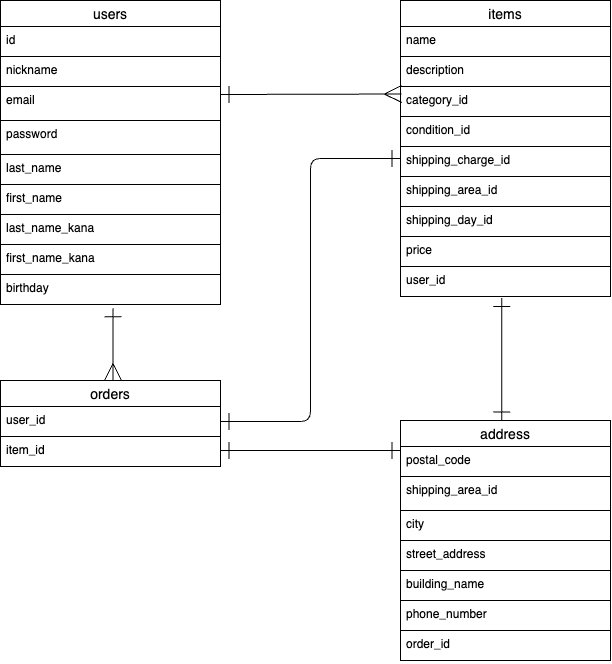
Before: er.drawio.png, a diagram exported from draw.io (shokoron/furima-40129). Source tidied: cells renumbered, new cells last; positions are measured from the earlier drawing's top-left corner, leaving out a move shared by most shapes.
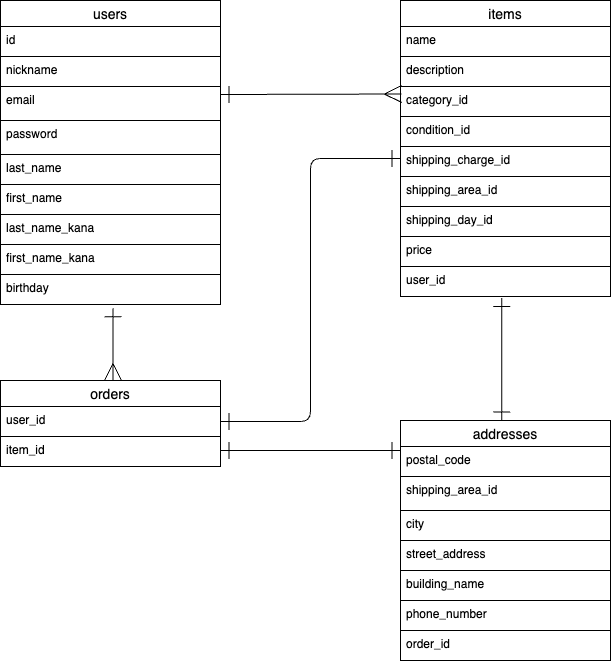
The same file after the commit.

Commit message:
修正しました

Diff of the diagram source:
```diff
@@ -35,7 +35,7 @@
     <mxCell id="12" style="edgeStyle=elbowEdgeStyle;html=1;entryX=0.481;entryY=1.05;entryDx=0;entryDy=0;entryPerimeter=0;strokeColor=default;startArrow=ERone;startFill=0;endArrow=ERone;endFill=0;startSize=15;endSize=15;" parent="1" edge="1" source="13" target="11">
       <mxGeometry relative="1" as="geometry" />
     </mxCell>
-    <mxCell id="13" value="address" style="swimlane;fontStyle=0;horizontal=1;startSize=26;align=center;fontSize=14;" parent="1" vertex="1">
+    <mxCell id="13" value="addresses" style="swimlane;fontStyle=0;horizontal=1;startSize=26;align=center;fontSize=14;" parent="1" vertex="1">
       <mxGeometry x="400" y="420" width="210" height="240" as="geometry" />
     </mxCell>
     <mxCell id="14" value="postal_code" style="text;strokeColor=default;fillColor=none;spacingLeft=4;spacingRight=4;overflow=hidden;fontSize=12;" parent="13" vertex="1">
```
